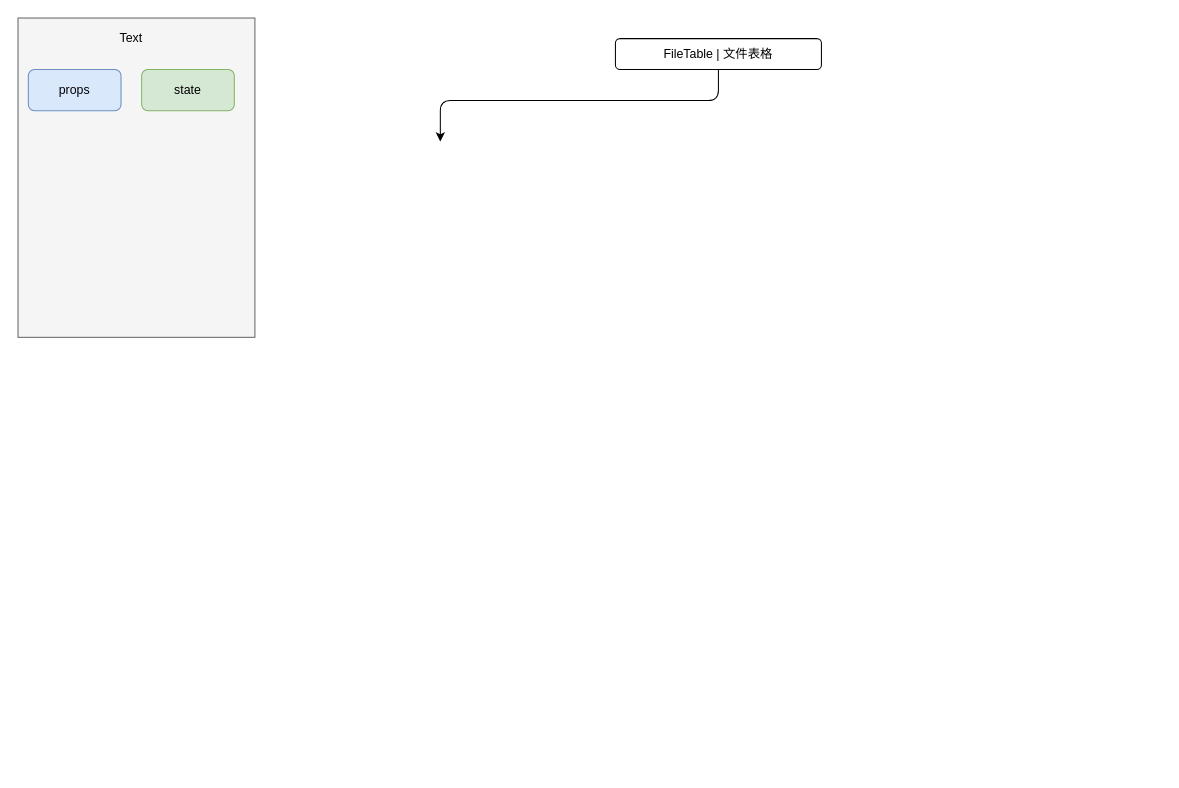
This is 软件架构设计/react-table组件.drawio from lemonc747/FrontEndNotes, a draw.io file, before an edit. Source tidied: cells renumbered, new cells numbered last; positions are measured from the earlier drawing's top-left corner, leaving out a move shared by most shapes. Both pictures are drawn from the tidied source at 103%, with x=0, y=0 at pixel (18, 18).
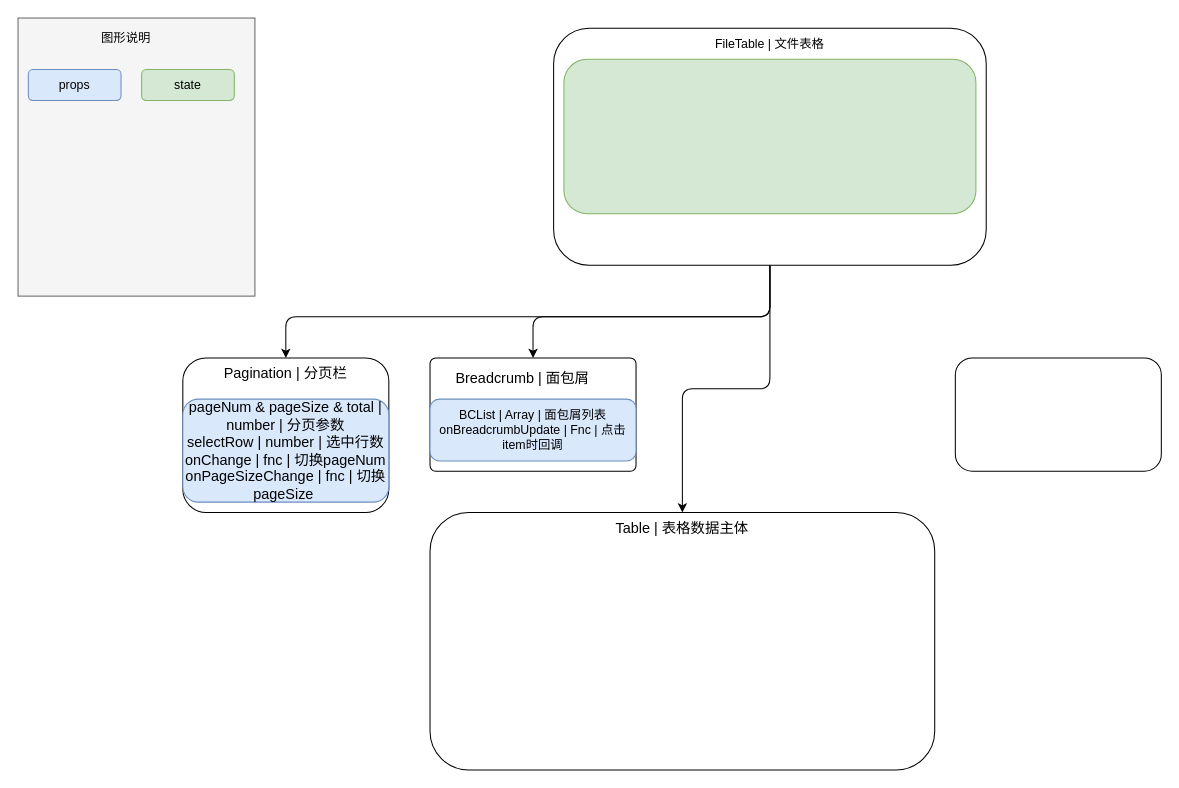
The same page after the edit.

Change to the diagram source:
```diff
@@
-    <mxCell id="2" value="FileTable | 文件表格" style="rounded=1;whiteSpace=wrap;html=1;" parent="1" vertex="1">
-      <mxGeometry x="580" y="20" width="200" height="30" as="geometry" />
+    <mxCell id="2" style="rounded=1;whiteSpace=wrap;html=1;" parent="1" vertex="1">
+      <mxGeometry x="520" y="10" width="420" height="230" as="geometry" />
     </mxCell>
     <mxCell id="3" style="rounded=0;whiteSpace=wrap;html=1;fillColor=#f5f5f5;strokeColor=#666666;fontColor=#333333;" parent="1" vertex="1">
-      <mxGeometry width="230" height="310" as="geometry" />
+      <mxGeometry width="230" height="270" as="geometry" />
     </mxCell>
-    <mxCell id="4" value="Text" style="text;html=1;strokeColor=none;fillColor=none;align=center;verticalAlign=middle;whiteSpace=wrap;rounded=0;" parent="1" vertex="1">
-      <mxGeometry x="90" y="10" width="40" height="20" as="geometry" />
+    <mxCell id="4" value="图形说明" style="text;html=1;strokeColor=none;fillColor=none;align=center;verticalAlign=middle;whiteSpace=wrap;rounded=0;" parent="1" vertex="1">
+      <mxGeometry x="50" y="10" width="110" height="20" as="geometry" />
     </mxCell>
     <mxCell id="5" value="props" style="rounded=1;whiteSpace=wrap;html=1;fillColor=#dae8fc;strokeColor=#6c8ebf;" parent="1" vertex="1">
-      <mxGeometry x="10" y="50" width="90" height="40" as="geometry" />
+      <mxGeometry x="10" y="50" width="90" height="30" as="geometry" />
     </mxCell>
     <mxCell id="6" value="state" style="rounded=1;whiteSpace=wrap;html=1;fillColor=#d5e8d4;strokeColor=#82b366;" parent="1" vertex="1">
-      <mxGeometry x="120" y="50" width="90" height="40" as="geometry" />
+      <mxGeometry x="120" y="50" width="90" height="30" as="geometry" />
     </mxCell>
-    <mxCell id="7" style="edgeStyle=elbowEdgeStyle;elbow=vertical;endArrow=classic;html=1;exitX=0.5;exitY=1;exitDx=0;exitDy=0;" parent="1" edge="1" source="2">
+    <mxCell id="7" style="edgeStyle=elbowEdgeStyle;elbow=vertical;endArrow=classic;html=1;exitX=0.5;exitY=1;exitDx=0;exitDy=0;entryX=0.5;entryY=0;entryDx=0;entryDy=0;" parent="1" edge="1" source="2" target="15">
       <mxGeometry relative="1" as="geometry">
-        <mxPoint x="410" y="120" as="targetPoint" />
         <Array as="points">
-          <mxPoint x="540" y="80" />
+          <mxPoint x="290" y="290" />
+          <mxPoint x="320" y="350" />
+          <mxPoint x="600" y="290" />
         </Array>
       </mxGeometry>
     </mxCell>
+    <mxCell id="8" style="edgeStyle=elbowEdgeStyle;elbow=vertical;endArrow=classic;html=1;entryX=0.5;entryY=0;entryDx=0;entryDy=0;" parent="1" edge="1" target="10">
+      <mxGeometry relative="1" as="geometry">
+        <mxPoint x="730" y="240" as="sourcePoint" />
+        <Array as="points">
+          <mxPoint x="640" y="290" />
+        </Array>
+      </mxGeometry>
+    </mxCell>
+    <mxCell id="9" style="edgeStyle=elbowEdgeStyle;elbow=vertical;endArrow=classic;html=1;entryX=0.5;entryY=0;entryDx=0;entryDy=0;" parent="1" edge="1" target="13">
+      <mxGeometry relative="1" as="geometry">
+        <mxPoint x="730" y="240" as="sourcePoint" />
+      </mxGeometry>
+    </mxCell>
+    <mxCell id="10" style="rounded=1;whiteSpace=wrap;html=1;arcSize=5;" parent="1" vertex="1">
+      <mxGeometry x="400" y="330" width="200" height="110" as="geometry" />
+    </mxCell>
+    <mxCell id="11" value="Breadcrumb | 面包屑" style="text;html=1;strokeColor=none;fillColor=none;align=center;verticalAlign=middle;whiteSpace=wrap;rounded=0;fontSize=14;" parent="1" vertex="1">
+      <mxGeometry x="420" y="340" width="140" height="20" as="geometry" />
+    </mxCell>
+    <mxCell id="12" value="BCList | Array | 面包屑列表&lt;br&gt;onBreadcrumbUpdate | Fnc | 点击item时回调" style="rounded=1;whiteSpace=wrap;html=1;fillColor=#dae8fc;strokeColor=#6c8ebf;" parent="1" vertex="1">
+      <mxGeometry x="400" y="370" width="200" height="60" as="geometry" />
+    </mxCell>
+    <mxCell id="13" style="rounded=1;whiteSpace=wrap;html=1;" parent="1" vertex="1">
+      <mxGeometry x="400" y="480" width="490" height="250" as="geometry" />
+    </mxCell>
+    <mxCell id="14" value="Table | 表格数据主体" style="text;html=1;strokeColor=none;fillColor=none;align=center;verticalAlign=middle;whiteSpace=wrap;rounded=0;fontSize=14;" parent="1" vertex="1">
+      <mxGeometry x="545" y="480" width="200" height="30" as="geometry" />
+    </mxCell>
+    <mxCell id="15" style="rounded=1;whiteSpace=wrap;html=1;fontSize=14;" parent="1" vertex="1">
+      <mxGeometry x="160" y="330" width="200" height="150" as="geometry" />
+    </mxCell>
+    <mxCell id="16" value="Pagination | 分页栏" style="text;html=1;strokeColor=none;fillColor=none;align=center;verticalAlign=middle;whiteSpace=wrap;rounded=0;fontSize=14;" parent="1" vertex="1">
+      <mxGeometry x="160" y="330" width="200" height="30" as="geometry" />
+    </mxCell>
+    <mxCell id="17" value="&lt;span&gt;pageNum &amp;amp; pageSize &amp;amp; total | number | 分页参数&lt;/span&gt;&lt;br&gt;&lt;span&gt;selectRow | number | 选中行数&lt;/span&gt;&lt;br&gt;&lt;span&gt;onChange | fnc | 切换pageNum&lt;/span&gt;&lt;br&gt;&lt;span&gt;onPageSizeChange | fnc | 切换pageSize&amp;nbsp;&lt;/span&gt;" style="rounded=1;whiteSpace=wrap;html=1;fillColor=#dae8fc;strokeColor=#6c8ebf;fontSize=14;" parent="1" vertex="1">
+      <mxGeometry x="160" y="370" width="200" height="100" as="geometry" />
+    </mxCell>
+    <mxCell id="18" style="rounded=1;whiteSpace=wrap;html=1;" parent="1" vertex="1">
+      <mxGeometry x="910" y="330" width="200" height="110" as="geometry" />
+    </mxCell>
+    <mxCell id="19" value="&lt;span style=&quot;font-size: 12px&quot;&gt;FileTable | 文件表格&lt;/span&gt;" style="text;html=1;strokeColor=none;fillColor=none;align=center;verticalAlign=middle;whiteSpace=wrap;rounded=0;fontSize=14;" parent="1" vertex="1">
+      <mxGeometry x="630" y="10" width="200" height="30" as="geometry" />
+    </mxCell>
+    <mxCell id="20" style="rounded=1;whiteSpace=wrap;html=1;fillColor=#d5e8d4;strokeColor=#82b366;fontSize=14;" parent="1" vertex="1">
+      <mxGeometry x="530" y="40" width="400" height="150" as="geometry" />
+    </mxCell>
```
